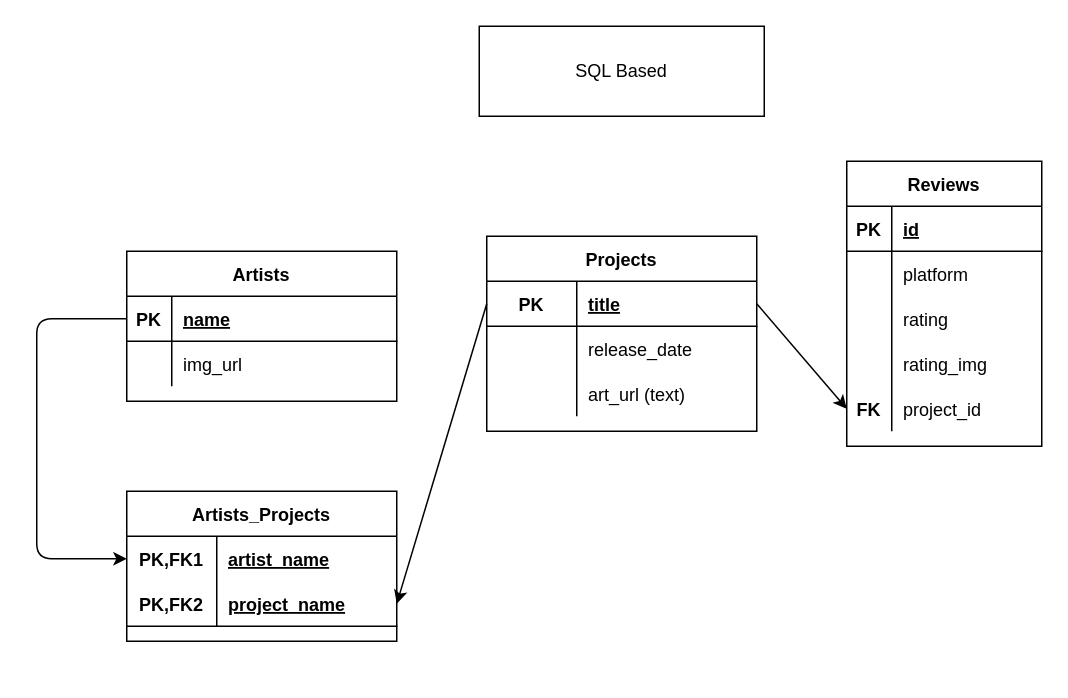
This is docs/db-schema copy.drawio from devonknudsen/SpotRate, a draw.io file, before an edit. Source tidied: cells renumbered, new cells numbered last; positions are measured from the earlier drawing's top-left corner, leaving out a move shared by most shapes. Both pictures are drawn from the tidied source at 150%, with x=0, y=0 at pixel (36, 26).
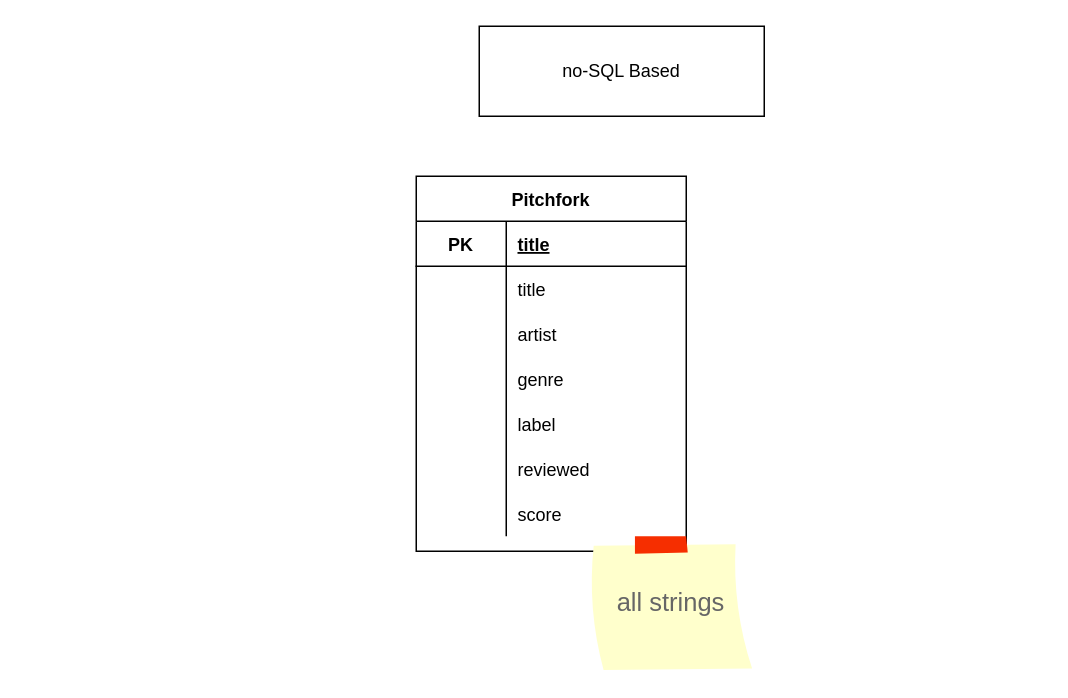
Above is the later version.

Commit message:
non sql database schmema created

Unchanged cells that the change refers to:
```xml
<mxCell id="4" style="shape=partialRectangle;fillColor=none;top=0;left=0;bottom=1;right=0;points=[[0,0.5],[1,0.5]];portConstraint=eastwest;" parent="3" vertex="1">
  <mxGeometry y="30" width="180" height="30" as="geometry" />
</mxCell>
<mxCell id="7" style="shape=partialRectangle;fillColor=none;top=0;left=0;bottom=0;right=0;" parent="3" vertex="1">
  <mxGeometry y="60" width="180" height="30" as="geometry" />
</mxCell>
<mxCell id="10" style="shape=partialRectangle;fillColor=none;top=0;left=0;bottom=0;right=0;" parent="3" vertex="1">
  <mxGeometry y="90" width="180" height="30" as="geometry" />
</mxCell>
```

What changed in the source:
```diff
@@
-    <mxCell id="2" value="SQL Based" style="rounded=0;whiteSpace=wrap;html=1;" parent="1" vertex="1">
+    <mxCell id="2" value="no-SQL Based" style="rounded=0;whiteSpace=wrap;html=1;" parent="1" vertex="1">
       <mxGeometry x="295" width="190" height="60" as="geometry" />
     </mxCell>
-    <mxCell id="3" value="Projects" style="shape=table;startSize=30;childLayout=tableLayout;rowLines=0;fontStyle=1;align=center;" parent="1" vertex="1">
-      <mxGeometry x="300" y="140" width="180" height="130" as="geometry" />
+    <mxCell id="3" value="Pitchfork" style="shape=table;startSize=30;childLayout=tableLayout;rowLines=0;fontStyle=1;align=center;" parent="1" vertex="1">
+      <mxGeometry x="253" y="100" width="180" height="250" as="geometry" />
     </mxCell>
@@
-    <mxCell id="9" value="release_date" style="shape=partialRectangle;fillColor=none;top=0;left=0;bottom=0;right=0;align=left;spacingLeft=6;overflow=hidden;" parent="7" vertex="1">
+    <mxCell id="9" value="title" style="shape=partialRectangle;fillColor=none;top=0;left=0;bottom=0;right=0;align=left;spacingLeft=6;overflow=hidden;" parent="7" vertex="1">
       <mxGeometry x="60" width="120" height="30" as="geometry" />
     </mxCell>
@@
-    <mxCell id="12" value="art_url (text)" style="shape=partialRectangle;fillColor=none;top=0;left=0;bottom=0;right=0;align=left;spacingLeft=6;overflow=hidden;" parent="10" vertex="1">
+    <mxCell id="12" value="artist" style="shape=partialRectangle;fillColor=none;top=0;left=0;bottom=0;right=0;align=left;spacingLeft=6;overflow=hidden;" parent="10" vertex="1">
       <mxGeometry x="60" width="120" height="30" as="geometry" />
     </mxCell>
-    <mxCell id="13" value="Reviews" style="shape=table;startSize=30;childLayout=tableLayout;rowLines=0;fontStyle=1;align=center;" parent="1" vertex="1">
-      <mxGeometry x="540" y="90" width="130" height="190" as="geometry" />
-    </mxCell>
-    <mxCell id="14" style="shape=partialRectangle;fillColor=none;top=0;left=0;bottom=1;right=0;" parent="13" vertex="1">
-      <mxGeometry y="30" width="130" height="30" as="geometry" />
-    </mxCell>
-    <mxCell id="15" value="PK" style="shape=partialRectangle;fillColor=none;top=0;left=0;bottom=0;right=0;fontStyle=1;overflow=hidden;" parent="14" vertex="1">
-      <mxGeometry width="30" height="30" as="geometry" />
-    </mxCell>
-    <mxCell id="16" value="id" style="shape=partialRectangle;fillColor=none;top=0;left=0;bottom=0;right=0;align=left;spacingLeft=6;fontStyle=5;overflow=hidden;" parent="14" vertex="1">
-      <mxGeometry x="30" width="100" height="30" as="geometry" />
-    </mxCell>
-    <mxCell id="17" style="shape=partialRectangle;fillColor=none;top=0;left=0;bottom=0;right=0;" parent="13" vertex="1">
-      <mxGeometry y="60" width="130" height="30" as="geometry" />
-    </mxCell>
-    <mxCell id="18" style="shape=partialRectangle;fillColor=none;top=0;left=0;bottom=0;right=0;overflow=hidden;" parent="17" vertex="1">
-      <mxGeometry width="30" height="30" as="geometry" />
-    </mxCell>
-    <mxCell id="19" value="platform" style="shape=partialRectangle;fillColor=none;top=0;left=0;bottom=0;right=0;align=left;spacingLeft=6;overflow=hidden;" parent="17" vertex="1">
-      <mxGeometry x="30" width="100" height="30" as="geometry" />
-    </mxCell>
-    <mxCell id="20" style="shape=partialRectangle;fillColor=none;top=0;left=0;bottom=0;right=0;" parent="13" vertex="1">
-      <mxGeometry y="90" width="130" height="30" as="geometry" />
-    </mxCell>
-    <mxCell id="21" style="shape=partialRectangle;fillColor=none;top=0;left=0;bottom=0;right=0;overflow=hidden;" parent="20" vertex="1">
-      <mxGeometry width="30" height="30" as="geometry" />
-    </mxCell>
-    <mxCell id="22" value="rating" style="shape=partialRectangle;fillColor=none;top=0;left=0;bottom=0;right=0;align=left;spacingLeft=6;overflow=hidden;" parent="20" vertex="1">
-      <mxGeometry x="30" width="100" height="30" as="geometry" />
-    </mxCell>
-    <mxCell id="23" style="shape=partialRectangle;fillColor=none;top=0;left=0;bottom=0;right=0;" parent="13" vertex="1">
-      <mxGeometry y="120" width="130" height="30" as="geometry" />
-    </mxCell>
-    <mxCell id="24" style="shape=partialRectangle;fillColor=none;top=0;left=0;bottom=0;right=0;overflow=hidden;" parent="23" vertex="1">
-      <mxGeometry width="30" height="30" as="geometry" />
-    </mxCell>
-    <mxCell id="25" value="rating_img" style="shape=partialRectangle;fillColor=none;top=0;left=0;bottom=0;right=0;align=left;spacingLeft=6;overflow=hidden;" parent="23" vertex="1">
-      <mxGeometry x="30" width="100" height="30" as="geometry" />
+    <mxCell id="25" style="shape=partialRectangle;fillColor=none;top=0;left=0;bottom=0;right=0;" parent="3" vertex="1">
+      <mxGeometry y="120" width="180" height="30" as="geometry" />
     </mxCell>
-    <mxCell id="26" style="shape=partialRectangle;fillColor=none;top=0;left=0;bottom=0;right=0;points=[[0,0.5],[1,0.5]];portConstraint=eastwest;" parent="13" vertex="1">
-      <mxGeometry y="150" width="130" height="30" as="geometry" />
-    </mxCell>
-    <mxCell id="27" value="FK" style="shape=partialRectangle;fillColor=none;top=0;left=0;bottom=0;right=0;overflow=hidden;fontStyle=1;" parent="26" vertex="1">
-      <mxGeometry width="30" height="30" as="geometry" />
-    </mxCell>
-    <mxCell id="28" value="project_id" style="shape=partialRectangle;fillColor=none;top=0;left=0;bottom=0;right=0;align=left;spacingLeft=6;overflow=hidden;" parent="26" vertex="1">
-      <mxGeometry x="30" width="100" height="30" as="geometry" />
-    </mxCell>
-    <mxCell id="29" value="Artists" style="shape=table;startSize=30;childLayout=tableLayout;rowLines=0;fontStyle=1;align=center;" parent="1" vertex="1">
-      <mxGeometry x="60" y="150" width="180" height="100" as="geometry" />
-    </mxCell>
-    <mxCell id="30" style="shape=partialRectangle;fillColor=none;top=0;left=0;bottom=1;right=0;points=[[0,0.5],[1,0.5]];portConstraint=eastwest;" parent="29" vertex="1">
-      <mxGeometry y="30" width="180" height="30" as="geometry" />
-    </mxCell>
-    <mxCell id="31" value="PK" style="shape=partialRectangle;fillColor=none;top=0;left=0;bottom=0;right=0;fontStyle=1;overflow=hidden;" parent="30" vertex="1">
-      <mxGeometry width="30" height="30" as="geometry" />
-    </mxCell>
-    <mxCell id="32" value="name" style="shape=partialRectangle;fillColor=none;top=0;left=0;bottom=0;right=0;align=left;spacingLeft=6;fontStyle=5;overflow=hidden;" parent="30" vertex="1">
-      <mxGeometry x="30" width="150" height="30" as="geometry" />
-    </mxCell>
-    <mxCell id="33" style="shape=partialRectangle;fillColor=none;top=0;left=0;bottom=0;right=0;" parent="29" vertex="1">
-      <mxGeometry y="60" width="180" height="30" as="geometry" />
-    </mxCell>
-    <mxCell id="34" style="shape=partialRectangle;fillColor=none;top=0;left=0;bottom=0;right=0;overflow=hidden;" parent="33" vertex="1">
-      <mxGeometry width="30" height="30" as="geometry" />
-    </mxCell>
-    <mxCell id="35" value="img_url" style="shape=partialRectangle;fillColor=none;top=0;left=0;bottom=0;right=0;align=left;spacingLeft=6;overflow=hidden;" parent="33" vertex="1">
-      <mxGeometry x="30" width="150" height="30" as="geometry" />
-    </mxCell>
-    <mxCell id="36" style="edgeStyle=none;html=1;exitX=1;exitY=0.5;exitDx=0;exitDy=0;entryX=0;entryY=0.5;entryDx=0;entryDy=0;" parent="1" edge="1" source="4" target="26">
-      <mxGeometry relative="1" as="geometry" />
-    </mxCell>
-    <mxCell id="37" value="Artists_Projects" style="shape=table;startSize=30;childLayout=tableLayout;rowLines=0;fontStyle=1;align=center;" parent="1" vertex="1">
-      <mxGeometry x="60" y="310" width="180" height="100" as="geometry" />
-    </mxCell>
-    <mxCell id="38" style="shape=partialRectangle;fillColor=none;top=0;left=0;bottom=0;right=0;points=[[0,0.5],[1,0.5]];portConstraint=eastwest;" parent="37" vertex="1">
-      <mxGeometry y="30" width="180" height="30" as="geometry" />
-    </mxCell>
-    <mxCell id="39" value="PK,FK1" style="shape=partialRectangle;fillColor=none;top=0;left=0;bottom=0;right=0;fontStyle=1;overflow=hidden;" parent="38" vertex="1">
-      <mxGeometry width="60" height="30" as="geometry" />
-    </mxCell>
-    <mxCell id="40" value="artist_name" style="shape=partialRectangle;fillColor=none;top=0;left=0;bottom=0;right=0;align=left;spacingLeft=6;fontStyle=5;overflow=hidden;" parent="38" vertex="1">
-      <mxGeometry x="60" width="120" height="30" as="geometry" />
-    </mxCell>
-    <mxCell id="41" style="shape=partialRectangle;fillColor=none;top=0;left=0;bottom=1;right=0;points=[[0,0.5],[1,0.5]];portConstraint=eastwest;" parent="37" vertex="1">
-      <mxGeometry y="60" width="180" height="30" as="geometry" />
-    </mxCell>
-    <mxCell id="42" value="PK,FK2" style="shape=partialRectangle;fillColor=none;top=0;left=0;bottom=0;right=0;fontStyle=1;overflow=hidden;" parent="41" vertex="1">
-      <mxGeometry width="60" height="30" as="geometry" />
-    </mxCell>
-    <mxCell id="43" value="project_name" style="shape=partialRectangle;fillColor=none;top=0;left=0;bottom=0;right=0;align=left;spacingLeft=6;fontStyle=5;overflow=hidden;" parent="41" vertex="1">
-      <mxGeometry x="60" width="120" height="30" as="geometry" />
-    </mxCell>
-    <mxCell id="44" style="edgeStyle=none;html=1;exitX=0;exitY=0.5;exitDx=0;exitDy=0;entryX=0;entryY=0.5;entryDx=0;entryDy=0;" parent="1" edge="1" source="30" target="38">
-      <mxGeometry relative="1" as="geometry">
-        <Array as="points">
-          <mxPoint y="195" />
-          <mxPoint y="270" />
-          <mxPoint y="355" />
-        </Array>
-      </mxGeometry>
-    </mxCell>
-    <mxCell id="45" style="edgeStyle=none;html=1;exitX=0;exitY=0.5;exitDx=0;exitDy=0;entryX=1;entryY=0.5;entryDx=0;entryDy=0;" parent="1" edge="1" source="4" target="41">
-      <mxGeometry relative="1" as="geometry" />
-    </mxCell>
+    <mxCell id="46" style="shape=partialRectangle;fillColor=none;top=0;left=0;bottom=0;right=0;overflow=hidden;" parent="25" vertex="1">
+      <mxGeometry width="60" height="30" as="geometry" />
+    </mxCell>
+    <mxCell id="47" value="genre" style="shape=partialRectangle;fillColor=none;top=0;left=0;bottom=0;right=0;align=left;spacingLeft=6;overflow=hidden;" parent="25" vertex="1">
+      <mxGeometry x="60" width="120" height="30" as="geometry" />
+    </mxCell>
+    <mxCell id="48" style="shape=partialRectangle;fillColor=none;top=0;left=0;bottom=0;right=0;" parent="3" vertex="1">
+      <mxGeometry y="150" width="180" height="30" as="geometry" />
+    </mxCell>
+    <mxCell id="49" style="shape=partialRectangle;fillColor=none;top=0;left=0;bottom=0;right=0;overflow=hidden;" parent="48" vertex="1">
+      <mxGeometry width="60" height="30" as="geometry" />
+    </mxCell>
+    <mxCell id="50" value="label" style="shape=partialRectangle;fillColor=none;top=0;left=0;bottom=0;right=0;align=left;spacingLeft=6;overflow=hidden;" parent="48" vertex="1">
+      <mxGeometry x="60" width="120" height="30" as="geometry" />
+    </mxCell>
+    <mxCell id="51" style="shape=partialRectangle;fillColor=none;top=0;left=0;bottom=0;right=0;" parent="3" vertex="1">
+      <mxGeometry y="180" width="180" height="30" as="geometry" />
+    </mxCell>
+    <mxCell id="52" style="shape=partialRectangle;fillColor=none;top=0;left=0;bottom=0;right=0;overflow=hidden;" parent="51" vertex="1">
+      <mxGeometry width="60" height="30" as="geometry" />
+    </mxCell>
+    <mxCell id="53" value="reviewed" style="shape=partialRectangle;fillColor=none;top=0;left=0;bottom=0;right=0;align=left;spacingLeft=6;overflow=hidden;" parent="51" vertex="1">
+      <mxGeometry x="60" width="120" height="30" as="geometry" />
+    </mxCell>
+    <mxCell id="54" style="shape=partialRectangle;fillColor=none;top=0;left=0;bottom=0;right=0;" parent="3" vertex="1">
+      <mxGeometry y="210" width="180" height="30" as="geometry" />
+    </mxCell>
+    <mxCell id="55" style="shape=partialRectangle;fillColor=none;top=0;left=0;bottom=0;right=0;overflow=hidden;" parent="54" vertex="1">
+      <mxGeometry width="60" height="30" as="geometry" />
+    </mxCell>
+    <mxCell id="56" value="score" style="shape=partialRectangle;fillColor=none;top=0;left=0;bottom=0;right=0;align=left;spacingLeft=6;overflow=hidden;" parent="54" vertex="1">
+      <mxGeometry x="60" width="120" height="30" as="geometry" />
+    </mxCell>
+    <mxCell id="57" value="all strings" style="strokeWidth=1;shadow=0;dashed=0;align=center;html=1;shape=mxgraph.mockup.text.stickyNote2;fontColor=#666666;mainText=;fontSize=17;whiteSpace=wrap;fillColor=#ffffcc;strokeColor=#F62E00;" parent="1" vertex="1">
+      <mxGeometry x="368" y="340" width="110" height="90" as="geometry" />
+    </mxCell>
```
